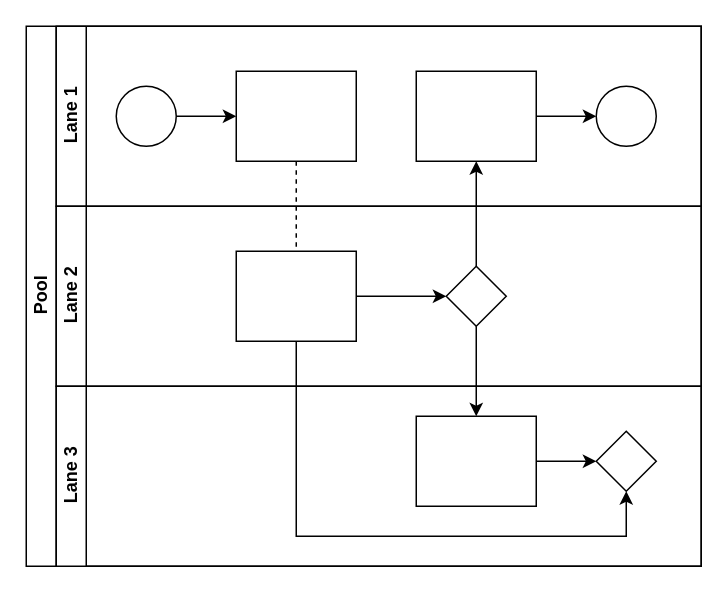
Before: Untitled Diagram.drawio in gcclll/test, a draw.io diagram. Source tidied: cells renumbered, new cells numbered last; positions are measured from the earlier drawing's top-left corner, leaving out a move shared by most shapes. Both pictures are drawn from the tidied source at 150%, with x=0, y=0 at pixel (26, 26).
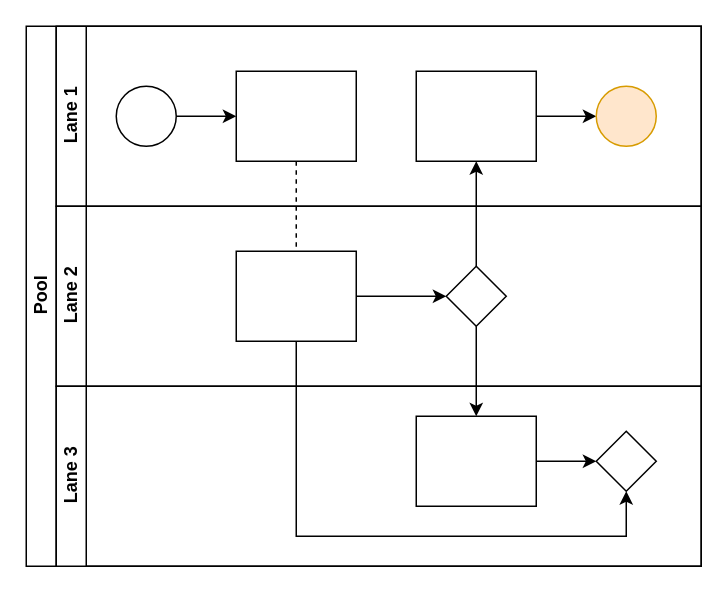
Above is the later version.

The change refers to these unchanged cells:
```xml
<mxCell id="7" value="Lane 1" style="swimlane;html=1;startSize=20;horizontal=0;" parent="2" vertex="1">
  <mxGeometry x="20" width="430" height="120" as="geometry" />
</mxCell>
<mxCell id="12" style="rounded=0;whiteSpace=wrap;html=1;fontFamily=Helvetica;fontSize=12;fontColor=#000000;align=center;" parent="7" vertex="1">
  <mxGeometry x="240" y="30" width="80" height="60" as="geometry" />
</mxCell>
```

What changed in the source:
```diff
@@
     <mxCell id="11" style="edgeStyle=orthogonalEdgeStyle;rounded=0;jettySize=auto;html=1;endArrow=classic;endFill=1;" parent="7" edge="1" source="12" target="13">
-      <mxGeometry relative="1" as="geometry" />
+      <mxGeometry relative="1" as="geometry">
+        <Array as="points">
+          <mxPoint x="350" y="60" />
+          <mxPoint x="350" y="60" />
+        </Array>
+      </mxGeometry>
     </mxCell>
@@
-    <mxCell id="13" style="ellipse;whiteSpace=wrap;html=1;" parent="7" vertex="1">
+    <mxCell id="13" style="ellipse;whiteSpace=wrap;html=1;fillColor=#ffe6cc;strokeColor=#d79b00;" parent="7" vertex="1">
       <mxGeometry x="360" y="40" width="40" height="40" as="geometry" />
     </mxCell>
```
